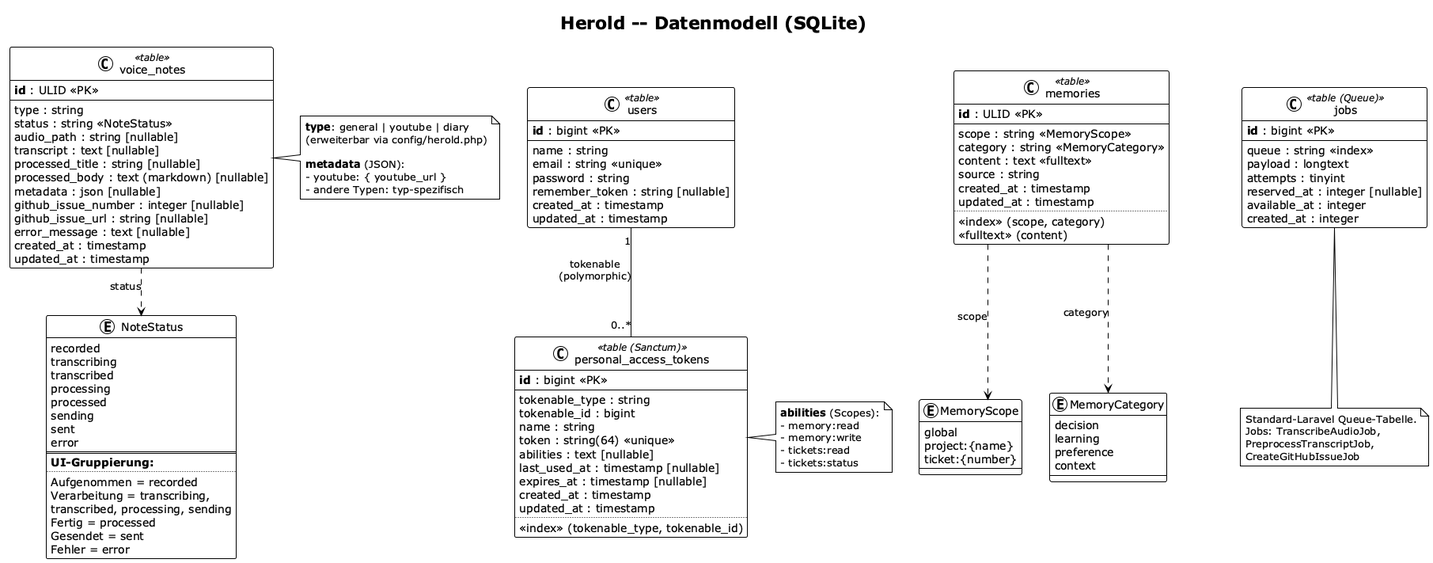
Before: docs/Herold Data Model.png, a diagram exported from PlantUML (carstenlucke/herold).
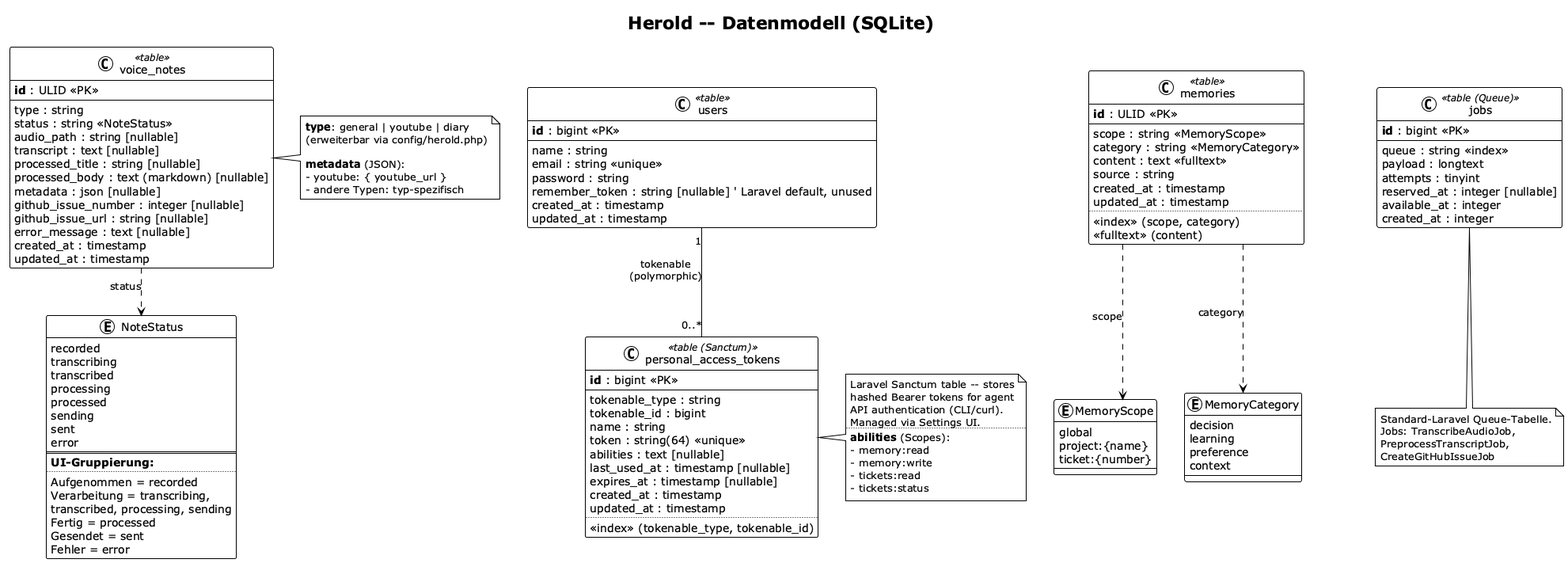
After the change.

Commit message:
docs: Update data model documentation and add glossary of terms

Change to the diagram source:
```diff
@@ -75,7 +75,7 @@
   name : string
   email : string <<unique>>
   password : string
-  remember_token : string [nullable]
+  remember_token : string [nullable] ' Laravel default, unused
   created_at : timestamp
   updated_at : timestamp
 }
@@ -124,6 +124,11 @@
 end note
 
 note right of personal_access_tokens
+  Laravel Sanctum table -- stores
+  hashed Bearer tokens for agent
+  API authentication (CLI/curl).
+  Managed via Settings UI.
+  ..
   **abilities** (Scopes):
   - memory:read
   - memory:write
```
